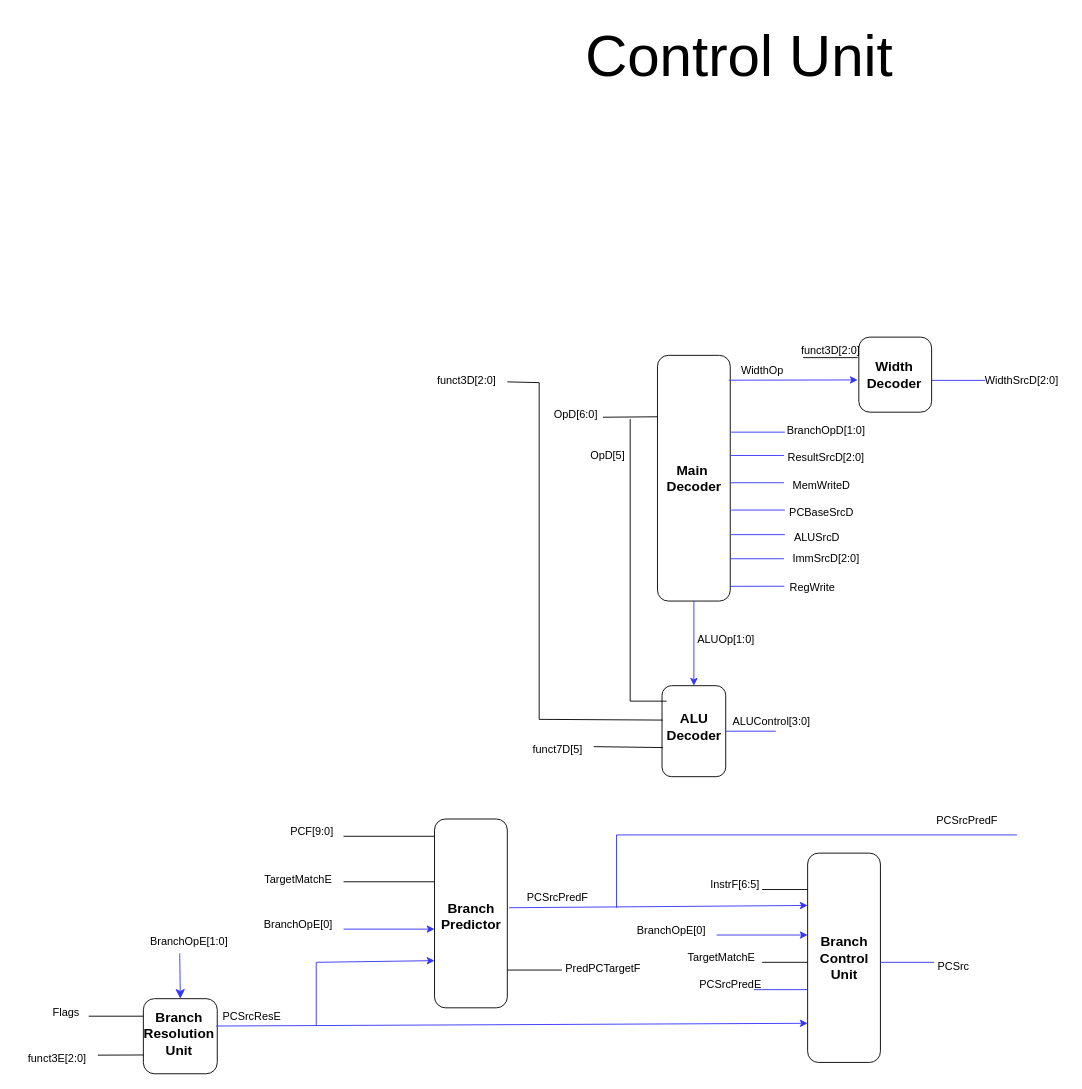
Earlier version of the draw.io diagram page "Control Unit" (3 of 4) of Documentation/RISC-V Pipelined Schematic.drawio (Biggo03/RISC-V-Pipelined). Source tidied: cells renumbered, new cells numbered last; positions are measured from the earlier drawing's top-left corner, leaving out a move shared by most shapes. Both pictures are drawn from the tidied source at 91%, with x=0, y=0 at pixel (15, 15).
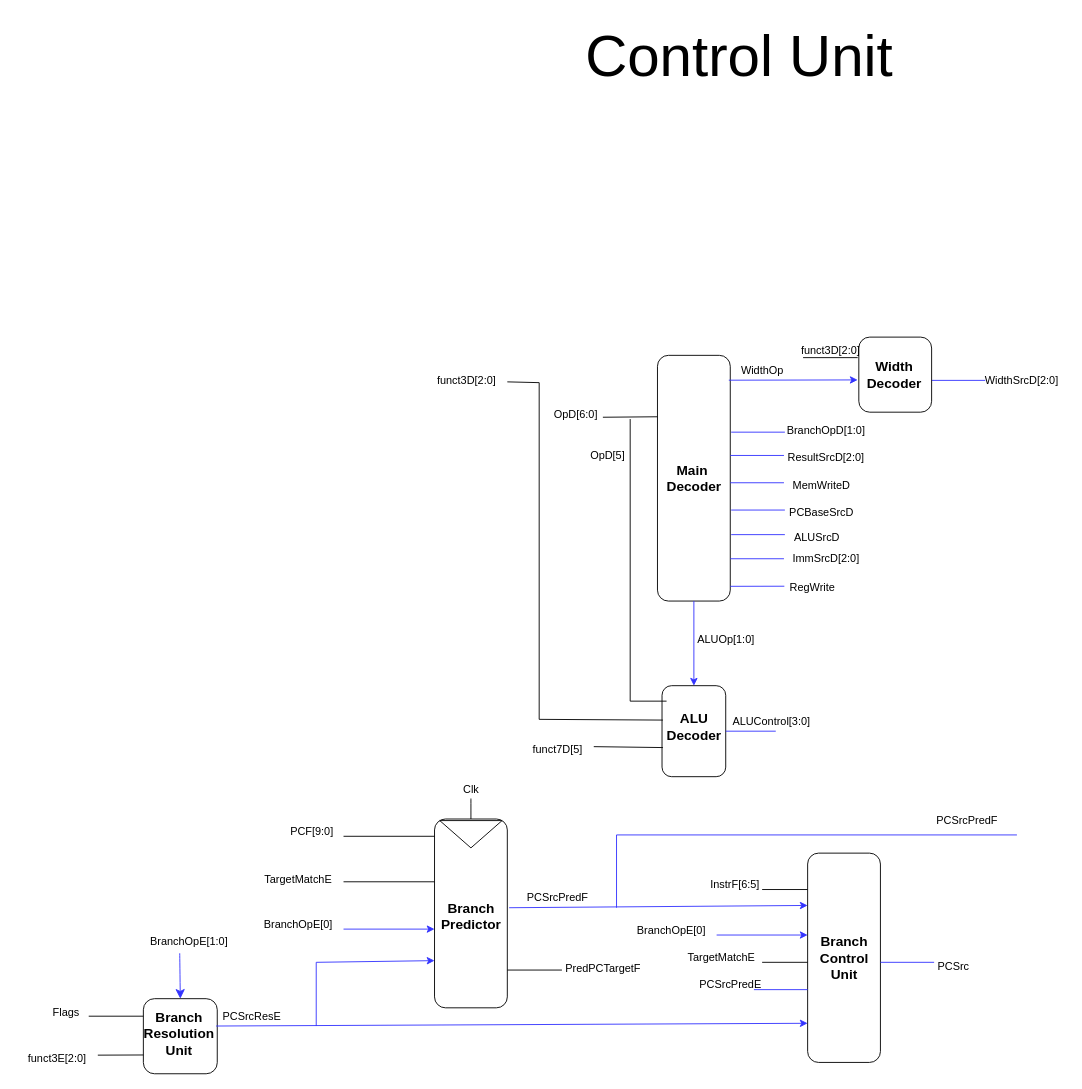
The same page after the edit.

Unchanged cells that the change refers to:
```xml
<mxCell id="57" style="rounded=1;whiteSpace=wrap;html=1;" parent="1" vertex="1">
  <mxGeometry x="460" y="882.5" width="80" height="207.5" as="geometry" />
</mxCell>
```

Change to the diagram source:
```diff
@@
+    <mxCell id="82" style="triangle;whiteSpace=wrap;html=1;rotation=90;" parent="1" vertex="1">
+      <mxGeometry x="485" y="865" width="30" height="68.5" as="geometry" />
+    </mxCell>
+    <mxCell id="83" style="endArrow=none;html=1;rounded=0;fontSize=12;startSize=8;endSize=8;curved=1;entryX=0.5;entryY=0;entryDx=0;entryDy=0;" parent="1" edge="1" target="57">
+      <mxGeometry relative="1" as="geometry">
+        <mxPoint x="500" y="860" as="sourcePoint" />
+      </mxGeometry>
+    </mxCell>
+    <mxCell id="84" value="Clk" style="text;html=1;align=center;verticalAlign=middle;strokeColor=none;fillColor=none;" parent="1" vertex="1">
+      <mxGeometry x="480" y="835" width="40" height="30" as="geometry" />
+    </mxCell>
```
